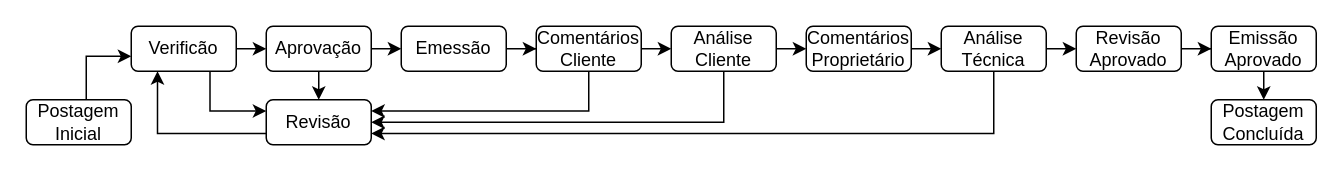
Avflux/kairos_Flet keeps this draw.io diagram as Diagrama sem nome.drawio. Above is the earlier version. Source tidied: cells renumbered, new cells numbered last; positions are measured from the earlier drawing's top-left corner, leaving out a move shared by most shapes. Both pictures are drawn from the tidied source at 150%, with x=0, y=0 at pixel (26, 26).
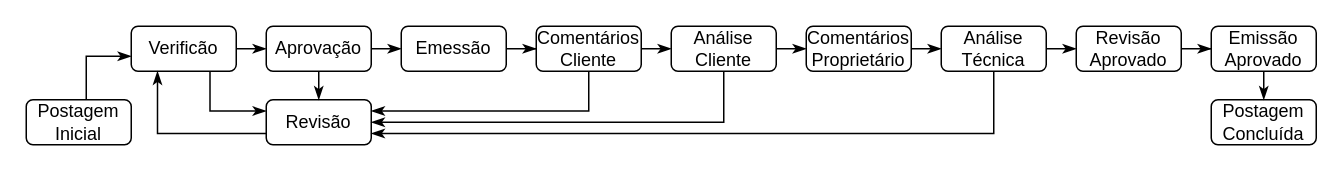
The same page after the edit.

Unchanged cells that the change refers to:
```xml
<mxCell id="3" value="Postagem Inicial" style="whiteSpace=wrap;html=1;align=center;verticalAlign=middle;fontFamily=Helvetica;fontSize=12;fillColor=none;rounded=1;glass=0;rotation=0;" parent="1" vertex="1">
  <mxGeometry y="49" width="70" height="30" as="geometry" />
</mxCell>
<mxCell id="5" value="Revisão" style="whiteSpace=wrap;html=1;align=center;verticalAlign=middle;fontFamily=Helvetica;fontSize=12;fillColor=none;rounded=1;glass=0;rotation=0;" parent="1" vertex="1">
  <mxGeometry x="160" y="49" width="70" height="30" as="geometry" />
</mxCell>
<mxCell id="8" value="Verificão" style="whiteSpace=wrap;html=1;align=center;verticalAlign=middle;fontFamily=Helvetica;fontSize=12;fillColor=none;rounded=1;glass=0;rotation=0;" parent="1" vertex="1">
  <mxGeometry x="70" width="70" height="30" as="geometry" />
</mxCell>
<mxCell id="11" value="Aprovação" style="whiteSpace=wrap;html=1;align=center;verticalAlign=middle;fontFamily=Helvetica;fontSize=12;fillColor=none;rounded=1;glass=0;rotation=0;" parent="1" vertex="1">
  <mxGeometry x="160" width="70" height="30" as="geometry" />
</mxCell>
<mxCell id="13" value="Emessão" style="whiteSpace=wrap;html=1;align=center;verticalAlign=middle;fontFamily=Helvetica;fontSize=12;fillColor=none;rounded=1;glass=0;rotation=0;" parent="1" vertex="1">
  <mxGeometry x="250" width="70" height="30" as="geometry" />
</mxCell>
<mxCell id="16" value="Comentários Cliente" style="whiteSpace=wrap;html=1;align=center;verticalAlign=middle;fontFamily=Helvetica;fontSize=12;fillColor=none;rounded=1;glass=0;rotation=0;" parent="1" vertex="1">
  <mxGeometry x="340" width="70" height="30" as="geometry" />
</mxCell>
<mxCell id="19" value="Análise Cliente" style="whiteSpace=wrap;html=1;align=center;verticalAlign=middle;fontFamily=Helvetica;fontSize=12;fillColor=none;rounded=1;glass=0;rotation=0;" parent="1" vertex="1">
  <mxGeometry x="430" width="70" height="30" as="geometry" />
</mxCell>
<mxCell id="21" value="Comentários Proprietário" style="whiteSpace=wrap;html=1;align=center;verticalAlign=middle;fontFamily=Helvetica;fontSize=12;fillColor=none;rounded=1;glass=0;rotation=0;" parent="1" vertex="1">
  <mxGeometry x="520" width="70" height="30" as="geometry" />
</mxCell>
<mxCell id="24" value="Análise Técnica" style="whiteSpace=wrap;html=1;align=center;verticalAlign=middle;fontFamily=Helvetica;fontSize=12;fillColor=none;rounded=1;glass=0;rotation=0;" parent="1" vertex="1">
  <mxGeometry x="610" width="70" height="30" as="geometry" />
</mxCell>
<mxCell id="26" value="Revisão Aprovado" style="whiteSpace=wrap;html=1;align=center;verticalAlign=middle;fontFamily=Helvetica;fontSize=12;fillColor=none;rounded=1;glass=0;rotation=0;" parent="1" vertex="1">
  <mxGeometry x="700" width="70" height="30" as="geometry" />
</mxCell>
<mxCell id="28" value="Emissão Aprovado" style="whiteSpace=wrap;html=1;align=center;verticalAlign=middle;fontFamily=Helvetica;fontSize=12;fillColor=none;rounded=1;glass=0;rotation=0;" parent="1" vertex="1">
  <mxGeometry x="790" width="70" height="30" as="geometry" />
</mxCell>
<mxCell id="29" value="Postagem Concluída" style="whiteSpace=wrap;html=1;align=center;verticalAlign=middle;fontFamily=Helvetica;fontSize=12;fillColor=none;rounded=1;glass=0;rotation=0;" parent="1" vertex="1">
  <mxGeometry x="790" y="49" width="70" height="30" as="geometry" />
</mxCell>
```

Diff of the diagram source:
```diff
@@
-    <mxCell id="2" style="edgeStyle=orthogonalEdgeStyle;rounded=0;jettySize=auto;html=1;fontFamily=Helvetica;fontSize=12;fontColor=default;" parent="1" edge="1" source="3" target="8">
+    <mxCell id="2" style="edgeStyle=orthogonalEdgeStyle;rounded=0;jettySize=auto;html=1;fontFamily=Helvetica;fontSize=12;fontColor=default;endArrow=classicThin;endFill=1;" parent="1" edge="1" source="3" target="8">
       <mxGeometry relative="1" as="geometry">
         <Array as="points">
           <mxPoint x="40" y="20" />
         </Array>
       </mxGeometry>
     </mxCell>
@@
-    <mxCell id="4" style="edgeStyle=orthogonalEdgeStyle;rounded=0;jettySize=auto;html=1;exitX=0;exitY=0.75;exitDx=0;exitDy=0;entryX=0.25;entryY=1;entryDx=0;entryDy=0;" parent="1" edge="1" source="5" target="8">
+    <mxCell id="4" style="edgeStyle=orthogonalEdgeStyle;rounded=0;jettySize=auto;html=1;exitX=0;exitY=0.75;exitDx=0;exitDy=0;entryX=0.25;entryY=1;entryDx=0;entryDy=0;endArrow=classicThin;endFill=1;" parent="1" edge="1" source="5" target="8">
       <mxGeometry relative="1" as="geometry" />
     </mxCell>
@@
-    <mxCell id="6" style="edgeStyle=orthogonalEdgeStyle;rounded=0;jettySize=auto;html=1;exitX=0.75;exitY=1;exitDx=0;exitDy=0;entryX=0;entryY=0.25;entryDx=0;entryDy=0;" parent="1" edge="1" source="8" target="5">
+    <mxCell id="6" style="edgeStyle=orthogonalEdgeStyle;rounded=0;jettySize=auto;html=1;exitX=0.75;exitY=1;exitDx=0;exitDy=0;entryX=0;entryY=0.25;entryDx=0;entryDy=0;endArrow=classicThin;endFill=1;" parent="1" edge="1" source="8" target="5">
       <mxGeometry relative="1" as="geometry" />
     </mxCell>
-    <mxCell id="7" style="edgeStyle=orthogonalEdgeStyle;rounded=0;jettySize=auto;html=1;exitX=1;exitY=0.5;exitDx=0;exitDy=0;entryX=0;entryY=0.5;entryDx=0;entryDy=0;" parent="1" edge="1" source="8" target="11">
+    <mxCell id="7" style="edgeStyle=orthogonalEdgeStyle;rounded=0;jettySize=auto;html=1;exitX=1;exitY=0.5;exitDx=0;exitDy=0;entryX=0;entryY=0.5;entryDx=0;entryDy=0;endArrow=classicThin;endFill=1;" parent="1" edge="1" source="8" target="11">
       <mxGeometry relative="1" as="geometry" />
     </mxCell>
@@
-    <mxCell id="9" style="edgeStyle=orthogonalEdgeStyle;rounded=0;jettySize=auto;html=1;exitX=0.5;exitY=1;exitDx=0;exitDy=0;entryX=0.5;entryY=0;entryDx=0;entryDy=0;" parent="1" edge="1" source="11" target="5">
+    <mxCell id="9" style="edgeStyle=orthogonalEdgeStyle;rounded=0;jettySize=auto;html=1;exitX=0.5;exitY=1;exitDx=0;exitDy=0;entryX=0.5;entryY=0;entryDx=0;entryDy=0;endArrow=classicThin;endFill=1;" parent="1" edge="1" source="11" target="5">
       <mxGeometry relative="1" as="geometry" />
     </mxCell>
-    <mxCell id="10" style="edgeStyle=orthogonalEdgeStyle;rounded=0;jettySize=auto;html=1;exitX=1;exitY=0.5;exitDx=0;exitDy=0;entryX=0;entryY=0.5;entryDx=0;entryDy=0;" parent="1" edge="1" source="11" target="13">
+    <mxCell id="10" style="edgeStyle=orthogonalEdgeStyle;rounded=0;jettySize=auto;html=1;exitX=1;exitY=0.5;exitDx=0;exitDy=0;entryX=0;entryY=0.5;entryDx=0;entryDy=0;endArrow=classicThin;endFill=1;" parent="1" edge="1" source="11" target="13">
       <mxGeometry relative="1" as="geometry" />
     </mxCell>
@@
-    <mxCell id="12" style="edgeStyle=orthogonalEdgeStyle;rounded=0;jettySize=auto;html=1;exitX=1;exitY=0.5;exitDx=0;exitDy=0;" parent="1" edge="1" source="13" target="16">
+    <mxCell id="12" style="edgeStyle=orthogonalEdgeStyle;rounded=0;jettySize=auto;html=1;exitX=1;exitY=0.5;exitDx=0;exitDy=0;endArrow=classicThin;endFill=1;" parent="1" edge="1" source="13" target="16">
       <mxGeometry relative="1" as="geometry" />
     </mxCell>
@@
-    <mxCell id="14" style="edgeStyle=orthogonalEdgeStyle;rounded=0;jettySize=auto;html=1;exitX=0.5;exitY=1;exitDx=0;exitDy=0;entryX=1;entryY=0.25;entryDx=0;entryDy=0;fontFamily=Helvetica;fontSize=12;fontColor=default;" parent="1" edge="1" source="16" target="5">
+    <mxCell id="14" style="edgeStyle=orthogonalEdgeStyle;rounded=0;jettySize=auto;html=1;exitX=0.5;exitY=1;exitDx=0;exitDy=0;entryX=1;entryY=0.25;entryDx=0;entryDy=0;fontFamily=Helvetica;fontSize=12;fontColor=default;endArrow=classicThin;endFill=1;" parent="1" edge="1" source="16" target="5">
       <mxGeometry relative="1" as="geometry" />
     </mxCell>
-    <mxCell id="15" style="edgeStyle=orthogonalEdgeStyle;rounded=0;jettySize=auto;html=1;exitX=1;exitY=0.5;exitDx=0;exitDy=0;entryX=0;entryY=0.5;entryDx=0;entryDy=0;" parent="1" edge="1" source="16" target="19">
+    <mxCell id="15" style="edgeStyle=orthogonalEdgeStyle;rounded=0;jettySize=auto;html=1;exitX=1;exitY=0.5;exitDx=0;exitDy=0;entryX=0;entryY=0.5;entryDx=0;entryDy=0;endArrow=classicThin;endFill=1;" parent="1" edge="1" source="16" target="19">
       <mxGeometry relative="1" as="geometry" />
     </mxCell>
@@
-    <mxCell id="17" style="edgeStyle=orthogonalEdgeStyle;rounded=0;jettySize=auto;html=1;exitX=0.5;exitY=1;exitDx=0;exitDy=0;entryX=1;entryY=0.5;entryDx=0;entryDy=0;fontFamily=Helvetica;fontSize=12;fontColor=default;" parent="1" edge="1" source="19" target="5">
+    <mxCell id="17" style="edgeStyle=orthogonalEdgeStyle;rounded=0;jettySize=auto;html=1;exitX=0.5;exitY=1;exitDx=0;exitDy=0;entryX=1;entryY=0.5;entryDx=0;entryDy=0;fontFamily=Helvetica;fontSize=12;fontColor=default;endArrow=classicThin;endFill=1;" parent="1" edge="1" source="19" target="5">
       <mxGeometry relative="1" as="geometry" />
     </mxCell>
-    <mxCell id="18" style="edgeStyle=orthogonalEdgeStyle;rounded=0;jettySize=auto;html=1;exitX=1;exitY=0.5;exitDx=0;exitDy=0;entryX=0;entryY=0.5;entryDx=0;entryDy=0;" parent="1" edge="1" source="19" target="21">
+    <mxCell id="18" style="edgeStyle=orthogonalEdgeStyle;rounded=0;jettySize=auto;html=1;exitX=1;exitY=0.5;exitDx=0;exitDy=0;entryX=0;entryY=0.5;entryDx=0;entryDy=0;endArrow=classicThin;endFill=1;" parent="1" edge="1" source="19" target="21">
       <mxGeometry relative="1" as="geometry" />
     </mxCell>
@@
-    <mxCell id="20" style="edgeStyle=orthogonalEdgeStyle;rounded=0;jettySize=auto;html=1;exitX=1;exitY=0.5;exitDx=0;exitDy=0;entryX=0;entryY=0.5;entryDx=0;entryDy=0;" parent="1" edge="1" source="21" target="24">
+    <mxCell id="20" style="edgeStyle=orthogonalEdgeStyle;rounded=0;jettySize=auto;html=1;exitX=1;exitY=0.5;exitDx=0;exitDy=0;entryX=0;entryY=0.5;entryDx=0;entryDy=0;endArrow=classicThin;endFill=1;" parent="1" edge="1" source="21" target="24">
       <mxGeometry relative="1" as="geometry" />
     </mxCell>
@@
-    <mxCell id="22" style="edgeStyle=orthogonalEdgeStyle;rounded=0;jettySize=auto;html=1;exitX=0.5;exitY=1;exitDx=0;exitDy=0;entryX=1;entryY=0.75;entryDx=0;entryDy=0;" parent="1" edge="1" source="24" target="5">
+    <mxCell id="22" style="edgeStyle=orthogonalEdgeStyle;rounded=0;jettySize=auto;html=1;exitX=0.5;exitY=1;exitDx=0;exitDy=0;entryX=1;entryY=0.75;entryDx=0;entryDy=0;strokeWidth=1;endArrow=classicThin;endFill=1;startSize=6;flowAnimation=0;shadow=0;" parent="1" edge="1" source="24" target="5">
       <mxGeometry relative="1" as="geometry" />
     </mxCell>
-    <mxCell id="23" style="edgeStyle=orthogonalEdgeStyle;rounded=0;jettySize=auto;html=1;exitX=1;exitY=0.5;exitDx=0;exitDy=0;entryX=0;entryY=0.5;entryDx=0;entryDy=0;" parent="1" edge="1" source="24" target="26">
+    <mxCell id="23" style="edgeStyle=orthogonalEdgeStyle;rounded=0;jettySize=auto;html=1;exitX=1;exitY=0.5;exitDx=0;exitDy=0;entryX=0;entryY=0.5;entryDx=0;entryDy=0;endArrow=classicThin;endFill=1;" parent="1" edge="1" source="24" target="26">
       <mxGeometry relative="1" as="geometry" />
     </mxCell>
@@
-    <mxCell id="25" style="edgeStyle=orthogonalEdgeStyle;rounded=0;jettySize=auto;html=1;fontFamily=Helvetica;fontSize=12;fontColor=default;" parent="1" edge="1" source="26" target="28">
+    <mxCell id="25" style="edgeStyle=orthogonalEdgeStyle;rounded=0;jettySize=auto;html=1;fontFamily=Helvetica;fontSize=12;fontColor=default;endArrow=classicThin;endFill=1;" parent="1" edge="1" source="26" target="28">
       <mxGeometry relative="1" as="geometry" />
     </mxCell>
@@
-    <mxCell id="27" style="edgeStyle=orthogonalEdgeStyle;rounded=0;jettySize=auto;html=1;exitX=0.5;exitY=1;exitDx=0;exitDy=0;entryX=0.5;entryY=0;entryDx=0;entryDy=0;" parent="1" edge="1" source="28" target="29">
+    <mxCell id="27" style="edgeStyle=orthogonalEdgeStyle;rounded=0;jettySize=auto;html=1;exitX=0.5;exitY=1;exitDx=0;exitDy=0;entryX=0.5;entryY=0;entryDx=0;entryDy=0;endArrow=classicThin;endFill=1;" parent="1" edge="1" source="28" target="29">
       <mxGeometry relative="1" as="geometry" />
     </mxCell>
```
